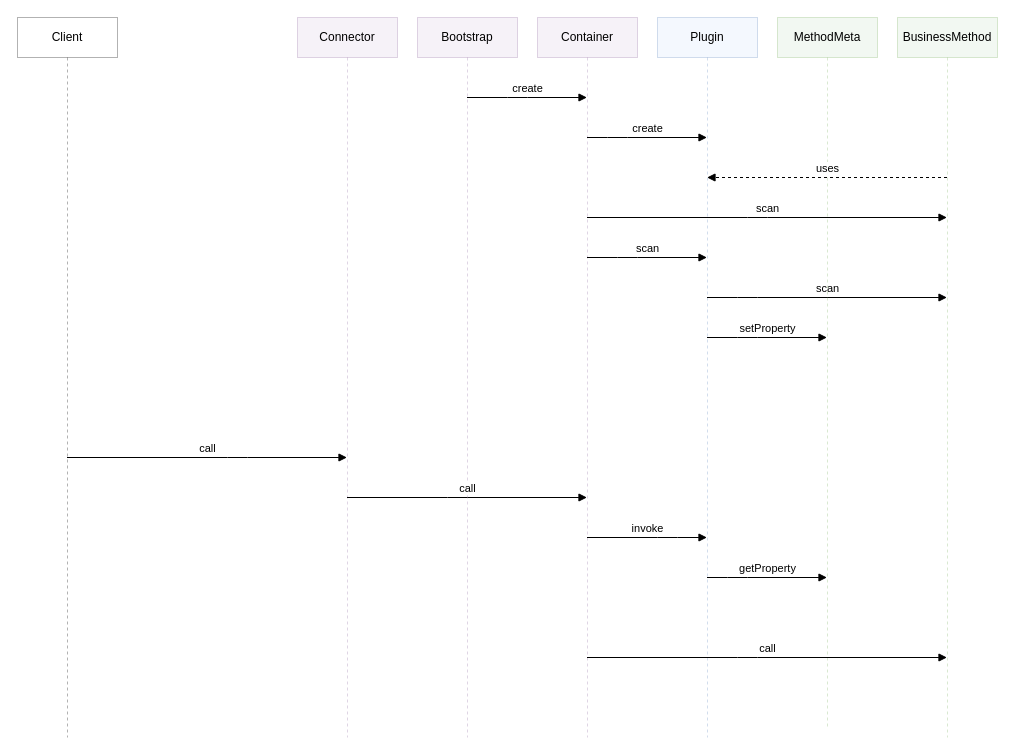
The draw.io diagram page "Page-7" (11 of 13) of docs/container.drawio in js-lib-com/tiny-container, before the edit. Source tidied: cells renumbered, new cells numbered last; positions are measured from the earlier drawing's top-left corner, leaving out a move shared by most shapes. Both pictures are drawn from the tidied source at 100%, with x=0, y=0 at pixel (17, 17).
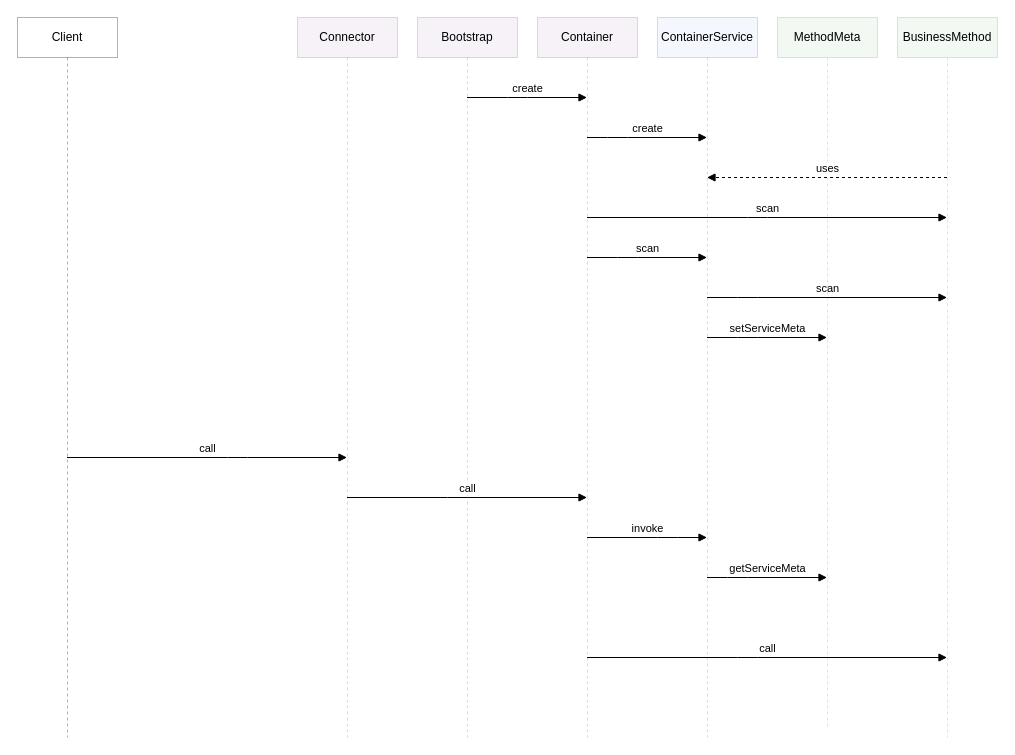
Above is the later version.

Unchanged cells that the change refers to:
```xml
<mxCell id="12" value="MethodMeta" style="shape=umlLifeline;perimeter=lifelinePerimeter;whiteSpace=wrap;html=1;outlineConnect=0;opacity=30;fillColor=#d5e8d4;strokeColor=#82b366;" parent="1" vertex="1">
  <mxGeometry x="760" width="100" height="710" as="geometry" />
</mxCell>
```

The edit, as a diff of the source:
```diff
@@
-    <mxCell id="4" value="Plugin" style="shape=umlLifeline;perimeter=lifelinePerimeter;whiteSpace=wrap;html=1;outlineConnect=0;opacity=30;fillColor=#dae8fc;strokeColor=#6c8ebf;" parent="1" vertex="1">
+    <mxCell id="4" value="ContainerService" style="shape=umlLifeline;perimeter=lifelinePerimeter;whiteSpace=wrap;html=1;outlineConnect=0;opacity=30;fillColor=#dae8fc;strokeColor=#6c8ebf;" parent="1" vertex="1">
       <mxGeometry x="640" width="100" height="720" as="geometry" />
     </mxCell>
@@
-    <mxCell id="13" value="setProperty" style="html=1;verticalAlign=bottom;endArrow=block;" parent="1" edge="1" source="4" target="12">
+    <mxCell id="13" value="setServiceMeta" style="html=1;verticalAlign=bottom;endArrow=block;" parent="1" edge="1" source="4" target="12">
       <mxGeometry relative="1" as="geometry">
         <Array as="points">
           <mxPoint x="730" y="320" />
         </Array>
       </mxGeometry>
     </mxCell>
@@
-    <mxCell id="18" value="getProperty" style="html=1;verticalAlign=bottom;endArrow=block;" parent="1" edge="1" source="4" target="12">
+    <mxCell id="18" value="getServiceMeta" style="html=1;verticalAlign=bottom;endArrow=block;" parent="1" edge="1" source="4" target="12">
       <mxGeometry relative="1" as="geometry">
         <Array as="points">
           <mxPoint x="720" y="560" />
         </Array>
       </mxGeometry>
     </mxCell>
```
